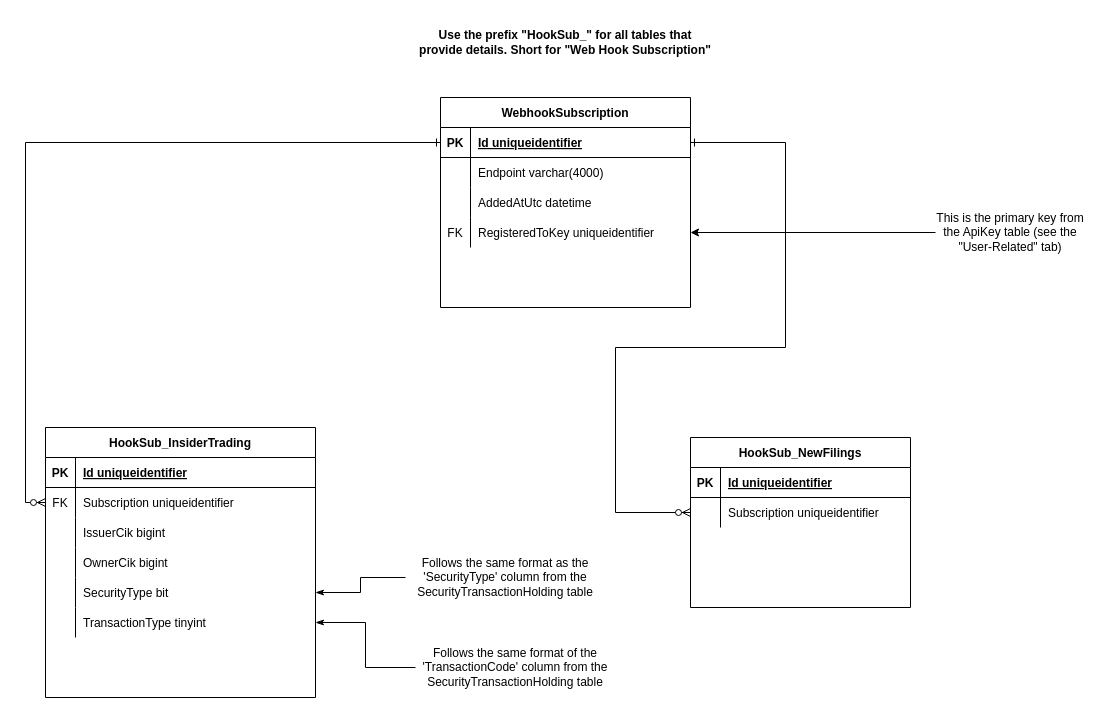
TimHanewich/Aletheia-Engine-Library keeps this draw.io diagram as page "Webhook Triggers" (2 of 3) of AletheiaErd.drawio. Above is the earlier version. Source tidied: cells renumbered, new cells numbered last; positions are measured from the earlier drawing's top-left corner, leaving out a move shared by most shapes. Both pictures are drawn from the tidied source at 100%, with x=0, y=0 at pixel (45, 17).
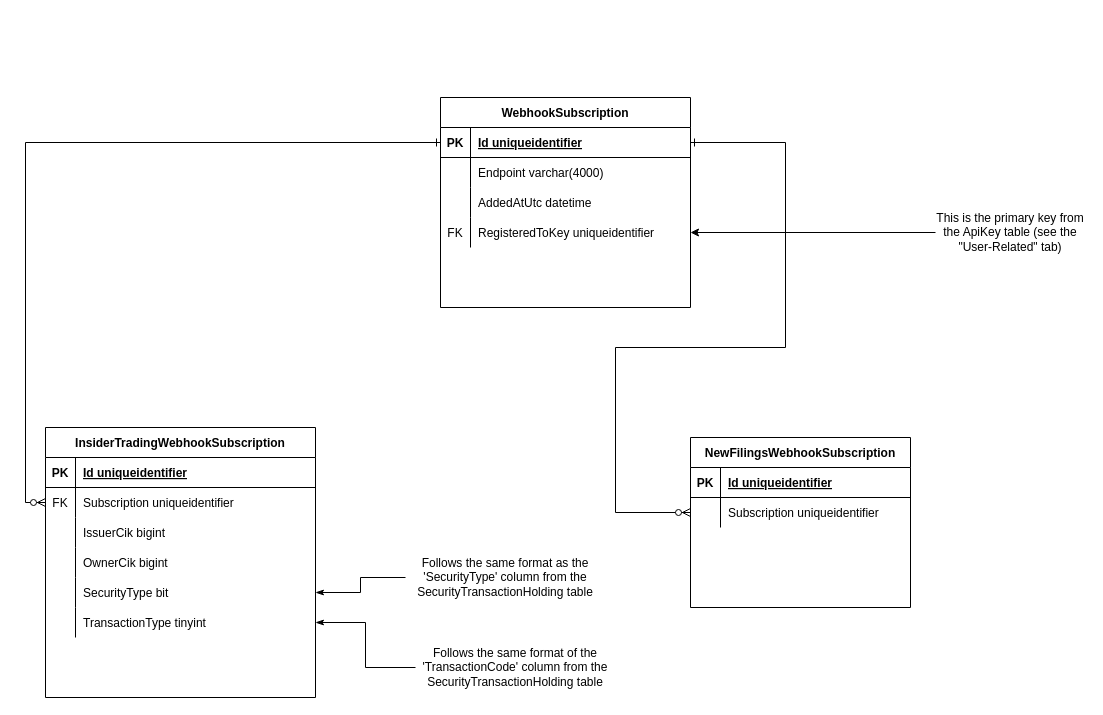
After the change.

Commit message:
Updated ERD with new table names

The edit, as a diff of the source:
```diff
@@
-    <mxCell id="15" value="Use the prefix &quot;HookSub_&quot; for all tables that provide details. Short for &quot;Web Hook Subscription&quot;" style="text;html=1;strokeColor=none;fillColor=none;align=center;verticalAlign=middle;whiteSpace=wrap;rounded=0;fontStyle=1;" parent="1" vertex="1">
-      <mxGeometry x="370" width="300" height="50" as="geometry" />
-    </mxCell>
@@
-    <mxCell id="18" value="HookSub_InsiderTrading" style="shape=table;startSize=30;childLayout=tableLayout;rowLines=0;fontStyle=1;align=center;" parent="1" vertex="1">
+    <mxCell id="18" value="InsiderTradingWebhookSubscription" style="shape=table;startSize=30;childLayout=tableLayout;rowLines=0;fontStyle=1;align=center;" parent="1" vertex="1">
       <mxGeometry y="410" width="270" height="270" as="geometry" />
     </mxCell>
@@
-    <mxCell id="38" value="HookSub_NewFilings" style="shape=table;startSize=30;childLayout=tableLayout;rowLines=0;fontStyle=1;align=center;" parent="1" vertex="1">
+    <mxCell id="38" value="NewFilingsWebhookSubscription" style="shape=table;startSize=30;childLayout=tableLayout;rowLines=0;fontStyle=1;align=center;" parent="1" vertex="1">
       <mxGeometry x="645" y="420" width="220" height="170" as="geometry" />
     </mxCell>
```
